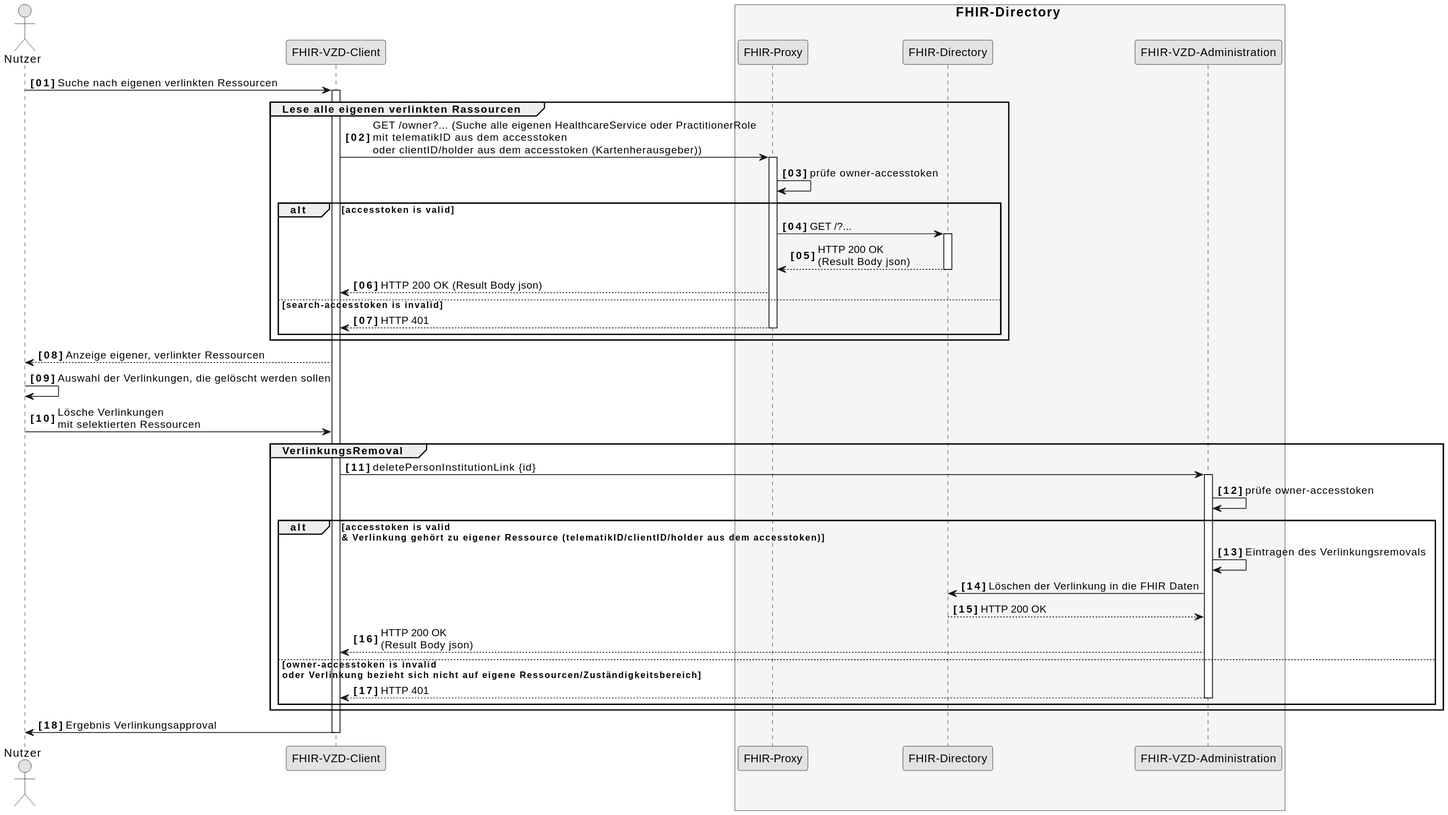
Earlier version of the PlantUML export images/diagrams/SequenceDiagram.FHIR-Directory.LinkRemoval.svg (gematik/api-vzd). Source of this version:
```plantuml
@startuml
skinparam dpi 100
skinparam WrapWidth 200
skinparam monochrome true
autonumber "<b>[00]"

actor Nutzer
participant cl as "FHIR-VZD-Client"
box <size:16>FHIR-Directory</size> #WhiteSmoke
  participant fp as "FHIR-Proxy"
  participant fd as "FHIR-Directory"
  participant fa as "FHIR-VZD-Administration"
end box

Nutzer -> cl:Suche nach eigenen verlinkten Ressourcen
activate cl


group Lese alle eigenen verlinkten Rassourcen
  cl -> fp: GET /owner?... (Suche alle eigenen HealthcareService oder PractitionerRole \nmit telematikID aus dem accesstoken \noder clientID/holder aus dem accesstoken (Kartenherausgeber))
  activate fp
  fp -> fp: prüfe owner-accesstoken

    alt accesstoken is valid
      fp -> fd: GET /?...
      activate fd
      fd --> fp: HTTP 200 OK\n(Result Body json)
      deactivate fd
      fp --> cl: HTTP 200 OK (Result Body json)
     else search-accesstoken is invalid
      fp --> cl: HTTP 401
      deactivate fp
     end
end

cl --> Nutzer:Anzeige eigener, verlinkter Ressourcen
Nutzer -> Nutzer: Auswahl der Verlinkungen, die gelöscht werden sollen
Nutzer -> cl: Lösche Verlinkungen \nmit selektierten Ressourcen

group VerlinkungsRemoval
  cl -> fa: deletePersonInstitutionLink {id}
  activate fa
  fa -> fa: prüfe owner-accesstoken

    alt accesstoken is valid \n& Verlinkung gehört zu eigener Ressource (telematikID/clientID/holder aus dem accesstoken)
      fa -> fa: Eintragen des Verlinkungsremovals
      fa -> fd: Löschen der Verlinkung in die FHIR Daten
      fd --> fa: HTTP 200 OK
      fa --> cl: HTTP 200 OK\n(Result Body json)

     else owner-accesstoken is invalid\noder Verlinkung bezieht sich nicht auf eigene Ressourcen/Zuständigkeitsbereich
      fa --> cl: HTTP 401
      deactivate fa
     end
end

cl -> Nutzer: Ergebnis Verlinkungsapproval

deactivate cl
@enduml
```
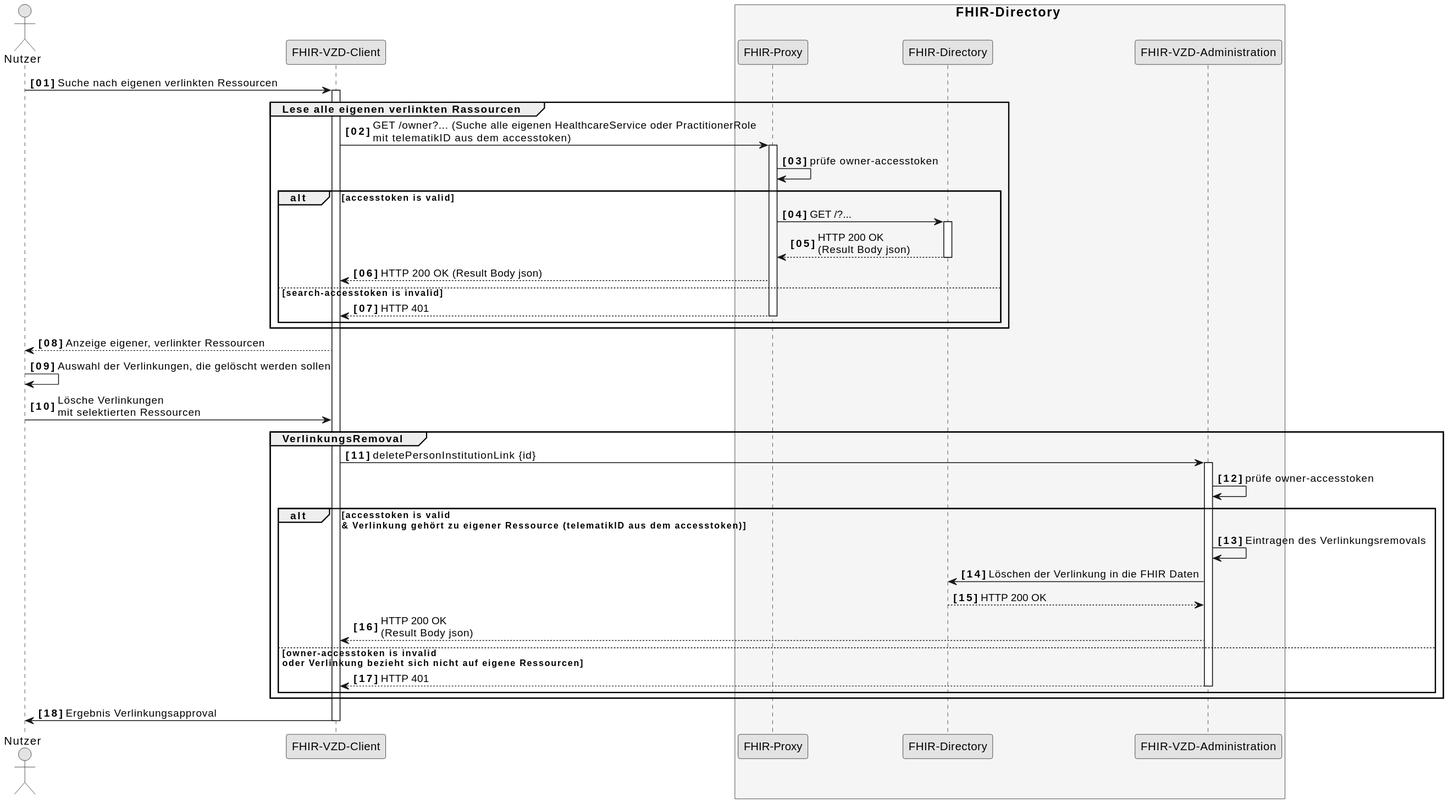
After the change.

Commit message:
Commit from GitHub Actions (GeneratePlantumlImages)

The edit, as a diff of the source:
```diff
@@ -17,7 +17,7 @@
 
 
 group Lese alle eigenen verlinkten Rassourcen
-  cl -> fp: GET /owner?... (Suche alle eigenen HealthcareService oder PractitionerRole \nmit telematikID aus dem accesstoken \noder clientID/holder aus dem accesstoken (Kartenherausgeber))
+  cl -> fp: GET /owner?... (Suche alle eigenen HealthcareService oder PractitionerRole \nmit telematikID aus dem accesstoken)
   activate fp
   fp -> fp: prüfe owner-accesstoken
 
@@ -42,13 +42,13 @@
   activate fa
   fa -> fa: prüfe owner-accesstoken
 
-    alt accesstoken is valid \n& Verlinkung gehört zu eigener Ressource (telematikID/clientID/holder aus dem accesstoken)
+    alt accesstoken is valid \n& Verlinkung gehört zu eigener Ressource (telematikID aus dem accesstoken)
       fa -> fa: Eintragen des Verlinkungsremovals
       fa -> fd: Löschen der Verlinkung in die FHIR Daten
       fd --> fa: HTTP 200 OK
       fa --> cl: HTTP 200 OK\n(Result Body json)
 
-     else owner-accesstoken is invalid\noder Verlinkung bezieht sich nicht auf eigene Ressourcen/Zuständigkeitsbereich
+     else owner-accesstoken is invalid\noder Verlinkung bezieht sich nicht auf eigene Ressourcen
       fa --> cl: HTTP 401
       deactivate fa
      end
```
